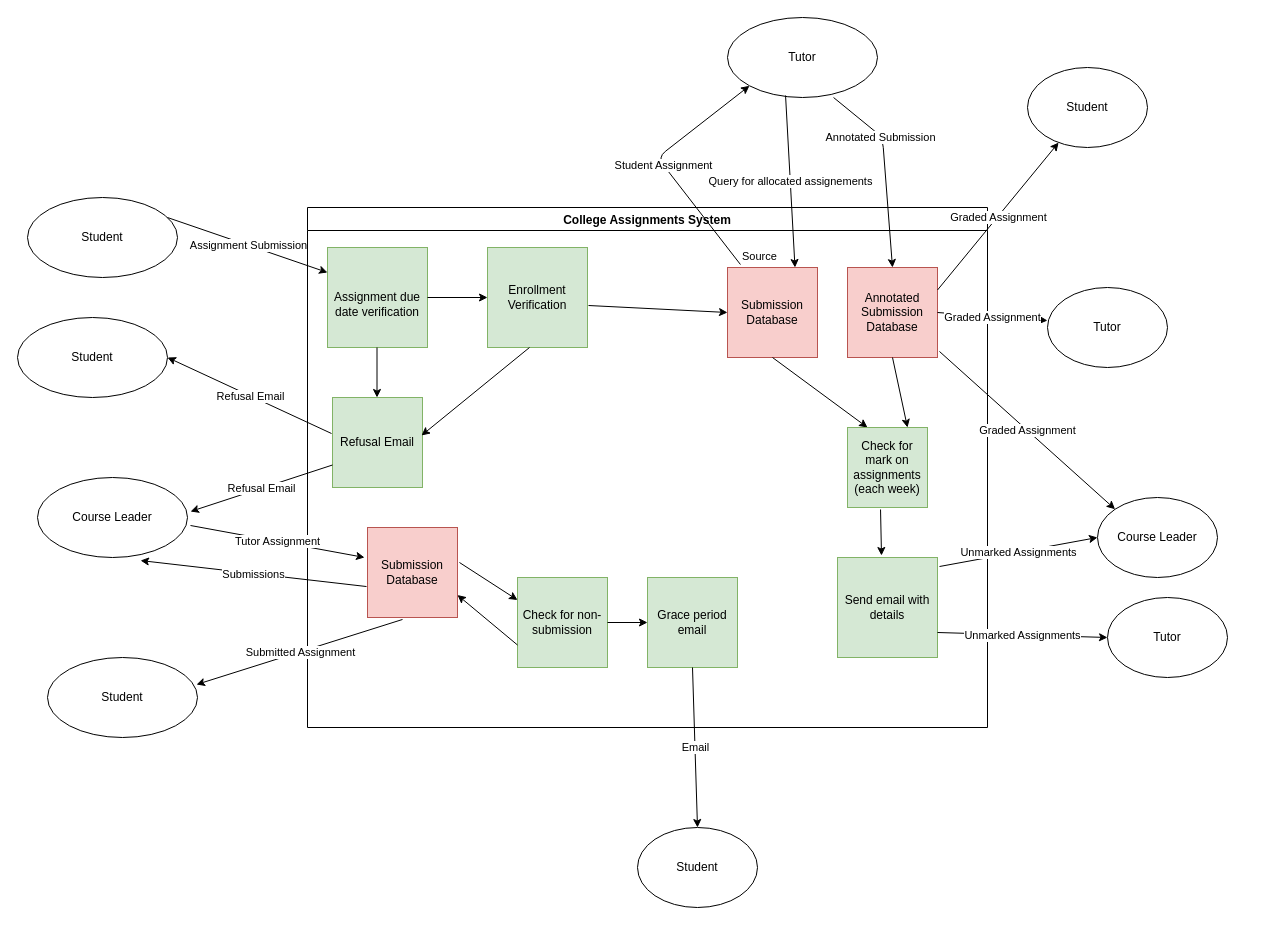
This is page "Level 1" (2 of 3) of Unit2Question2.drawio from logankilpatrick/OxfordUnit2, a draw.io file, before an edit. Source tidied: cells renumbered, new cells numbered last; positions are measured from the earlier drawing's top-left corner, leaving out a move shared by most shapes. Both pictures are drawn from the tidied source at 100%, with x=0, y=0 at pixel (17, 17).
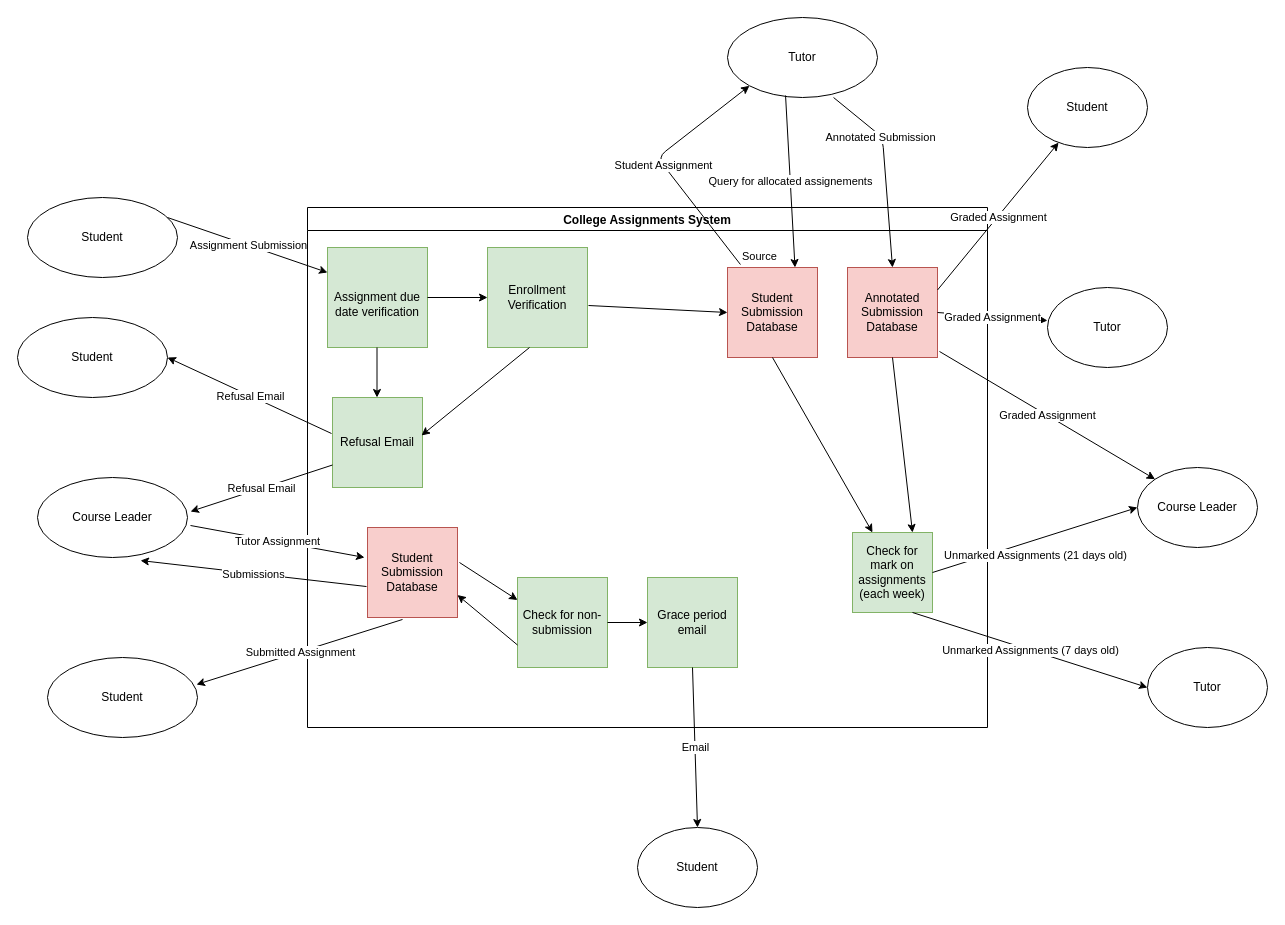
The same diagram, later.

The change refers to these unchanged cells:
```xml
<mxCell id="5" value="College Assignments System" style="swimlane;" parent="1" vertex="1">
  <mxGeometry x="290" y="190" width="680" height="520" as="geometry" />
</mxCell>
```

The edit, as a diff of the source:
```diff
@@
-    <mxCell id="9" value="Submission Database" style="whiteSpace=wrap;html=1;fillColor=#f8cecc;strokeColor=#b85450;" parent="5" vertex="1">
+    <mxCell id="9" value="Student Submission Database" style="whiteSpace=wrap;html=1;fillColor=#f8cecc;strokeColor=#b85450;" parent="5" vertex="1">
       <mxGeometry x="420" y="60" width="90" height="90" as="geometry" />
     </mxCell>
@@
-    <mxCell id="14" value="Submission Database" style="whiteSpace=wrap;html=1;fillColor=#f8cecc;strokeColor=#b85450;" parent="5" vertex="1">
+    <mxCell id="14" value="Student Submission Database" style="whiteSpace=wrap;html=1;fillColor=#f8cecc;strokeColor=#b85450;" parent="5" vertex="1">
       <mxGeometry x="60" y="320" width="90" height="90" as="geometry" />
     </mxCell>
@@
-    <mxCell id="16" value="Send email with details" style="whiteSpace=wrap;html=1;fillColor=#d5e8d4;strokeColor=#82b366;" parent="5" vertex="1">
-      <mxGeometry x="530" y="350" width="100" height="100" as="geometry" />
-    </mxCell>
@@
     <mxCell id="19" value="&lt;span&gt;Check for mark on assignments (each week)&lt;/span&gt;" style="whiteSpace=wrap;html=1;fillColor=#d5e8d4;strokeColor=#82b366;" parent="5" vertex="1">
-      <mxGeometry x="540" y="220" width="80" height="80" as="geometry" />
+      <mxGeometry x="545" y="325" width="80" height="80" as="geometry" />
     </mxCell>
-    <mxCell id="20" style="endArrow=classic;html=1;exitX=0.413;exitY=1.025;exitDx=0;exitDy=0;exitPerimeter=0;entryX=0.44;entryY=-0.02;entryDx=0;entryDy=0;entryPerimeter=0;" parent="5" edge="1" source="19" target="16">
-      <mxGeometry relative="1" as="geometry" />
-    </mxCell>
@@
     <mxCell id="44" value="Course Leader" style="ellipse;whiteSpace=wrap;html=1;" parent="1" vertex="1">
-      <mxGeometry x="1080" y="480" width="120" height="80" as="geometry" />
+      <mxGeometry x="1120" y="450" width="120" height="80" as="geometry" />
     </mxCell>
-    <mxCell id="45" style="endArrow=classic;html=1;exitX=1.02;exitY=0.09;exitDx=0;exitDy=0;entryX=0;entryY=0.5;entryDx=0;entryDy=0;exitPerimeter=0;" parent="1" edge="1" source="16" target="44">
+    <mxCell id="45" style="endArrow=classic;html=1;entryX=0;entryY=0.5;entryDx=0;entryDy=0;exitX=1;exitY=0.5;exitDx=0;exitDy=0;" parent="1" edge="1" source="19" target="44">
       <mxGeometry relative="1" as="geometry" />
     </mxCell>
-    <mxCell id="46" value="&lt;span style=&quot;color: rgb(0, 0, 0); font-family: helvetica; font-size: 11px; font-style: normal; font-weight: normal; letter-spacing: normal; text-align: center; text-indent: 0px; text-transform: none; word-spacing: 0px; background-color: rgb(255, 255, 255); text-decoration: none; display: inline; float: none;&quot;&gt;Unmarked Assignments&lt;/span&gt;" style="edgeLabel;html=1;align=center;verticalAlign=middle;" parent="45" vertex="1">
-      <mxGeometry relative="1" as="geometry" />
+    <mxCell id="46" value="&lt;span style=&quot;color: rgb(0 , 0 , 0) ; font-family: &amp;#34;helvetica&amp;#34; ; font-size: 11px ; font-style: normal ; font-weight: normal ; letter-spacing: normal ; text-align: center ; text-indent: 0px ; text-transform: none ; word-spacing: 0px ; background-color: rgb(255 , 255 , 255) ; text-decoration: none ; display: inline ; float: none&quot;&gt;Unmarked Assignments (21 days old)&lt;/span&gt;" style="edgeLabel;html=1;align=center;verticalAlign=middle;" parent="45" vertex="1">
+      <mxGeometry relative="1" as="geometry">
+        <mxPoint y="15" as="offset" />
+      </mxGeometry>
     </mxCell>
@@
-    <mxCell id="58" style="endArrow=classic;html=1;exitX=1;exitY=0.75;exitDx=0;exitDy=0;entryX=0;entryY=0.5;entryDx=0;entryDy=0;" parent="1" edge="1" source="16" target="60">
+    <mxCell id="58" style="endArrow=classic;html=1;exitX=0.75;exitY=1;exitDx=0;exitDy=0;entryX=0;entryY=0.5;entryDx=0;entryDy=0;" parent="1" edge="1" source="19" target="60">
       <mxGeometry relative="1" as="geometry" />
     </mxCell>
-    <mxCell id="59" value="&lt;span style=&quot;color: rgb(0, 0, 0); font-family: helvetica; font-size: 11px; font-style: normal; font-weight: normal; letter-spacing: normal; text-align: center; text-indent: 0px; text-transform: none; word-spacing: 0px; background-color: rgb(255, 255, 255); text-decoration: none; display: inline; float: none;&quot;&gt;Unmarked Assignments&lt;/span&gt;" style="edgeLabel;html=1;align=center;verticalAlign=middle;" parent="58" vertex="1">
+    <mxCell id="59" value="&lt;span style=&quot;color: rgb(0 , 0 , 0) ; font-family: &amp;#34;helvetica&amp;#34; ; font-size: 11px ; font-style: normal ; font-weight: normal ; letter-spacing: normal ; text-align: center ; text-indent: 0px ; text-transform: none ; word-spacing: 0px ; background-color: rgb(255 , 255 , 255) ; text-decoration: none ; display: inline ; float: none&quot;&gt;Unmarked Assignments (7 days old)&lt;/span&gt;" style="edgeLabel;html=1;align=center;verticalAlign=middle;" parent="58" vertex="1">
       <mxGeometry relative="1" as="geometry" />
     </mxCell>
     <mxCell id="60" value="Tutor" style="ellipse;whiteSpace=wrap;html=1;" parent="1" vertex="1">
-      <mxGeometry x="1090" y="580" width="120" height="80" as="geometry" />
+      <mxGeometry x="1130" y="630" width="120" height="80" as="geometry" />
     </mxCell>
```
